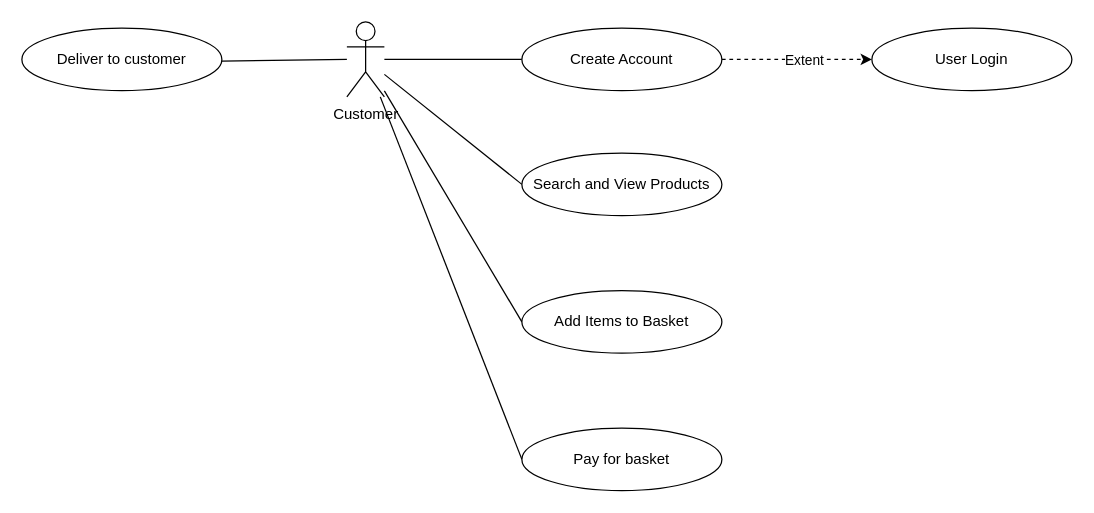
The draw.io diagram wiki/projects/the-funnny-hat-shop/01-solution-architecture/fig-3-use-case-view.drawio in paulAlexSerban/tpl--mern, before the edit. Source tidied: cells renumbered, new cells numbered last; positions are measured from the earlier drawing's top-left corner, leaving out a move shared by most shapes. Both pictures are drawn from the tidied source at 125%, with x=0, y=0 at pixel (21, 21).
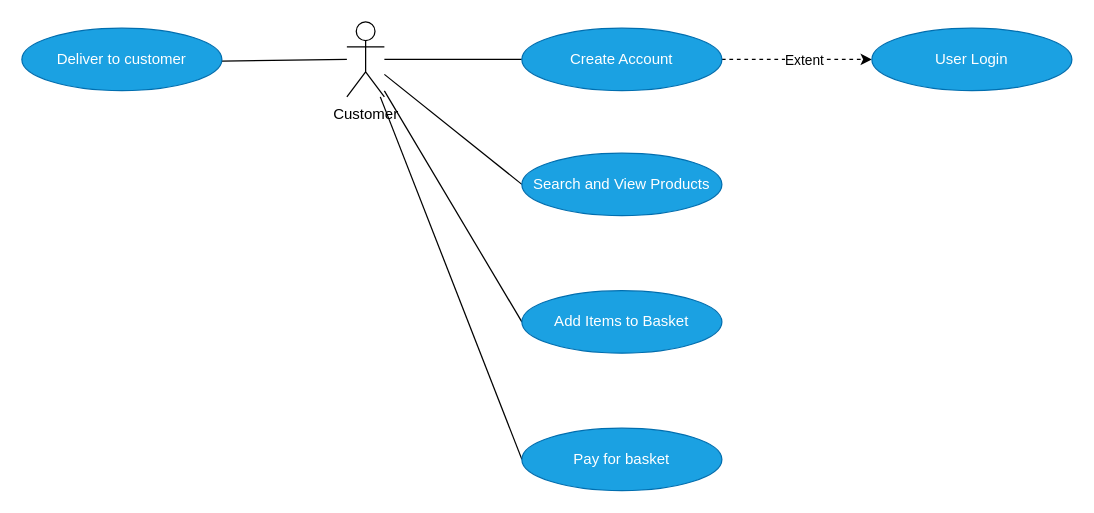
After the change.

Change to the diagram source:
```diff
@@
 <mxGraphModel>
   <root>
     <mxCell id="0" />
     <mxCell id="1" parent="0" />
     <mxCell id="2" style="edgeStyle=none;html=1;endArrow=none;endFill=0;" parent="1" edge="1" source="3" target="8">
       <mxGeometry relative="1" as="geometry" />
     </mxCell>
-    <mxCell id="3" value="Deliver to customer" style="ellipse;whiteSpace=wrap;html=1;" parent="1" vertex="1">
+    <mxCell id="3" value="Deliver to customer" style="ellipse;whiteSpace=wrap;html=1;fillColor=#1ba1e2;fontColor=#ffffff;strokeColor=#006EAF;" parent="1" vertex="1">
       <mxGeometry y="5" width="160" height="50" as="geometry" />
     </mxCell>
     <mxCell id="4" style="edgeStyle=none;html=1;entryX=0;entryY=0.5;entryDx=0;entryDy=0;endArrow=none;endFill=0;" parent="1" edge="1" source="8" target="11">
       <mxGeometry relative="1" as="geometry" />
     </mxCell>
     <mxCell id="5" style="edgeStyle=none;html=1;entryX=0;entryY=0.5;entryDx=0;entryDy=0;endArrow=none;endFill=0;" parent="1" edge="1" source="8" target="12">
       <mxGeometry relative="1" as="geometry" />
     </mxCell>
     <mxCell id="6" style="edgeStyle=none;html=1;entryX=0;entryY=0.5;entryDx=0;entryDy=0;endArrow=none;endFill=0;" parent="1" edge="1" source="8" target="13">
       <mxGeometry relative="1" as="geometry" />
     </mxCell>
     <mxCell id="7" style="edgeStyle=none;html=1;entryX=0;entryY=0.5;entryDx=0;entryDy=0;endArrow=none;endFill=0;" parent="1" edge="1" source="8" target="14">
       <mxGeometry relative="1" as="geometry" />
     </mxCell>
     <mxCell id="8" value="Customer" style="shape=umlActor;verticalLabelPosition=bottom;verticalAlign=top;html=1;outlineConnect=0;" parent="1" vertex="1">
       <mxGeometry x="260" width="30" height="60" as="geometry" />
     </mxCell>
     <mxCell id="9" style="edgeStyle=none;html=1;entryX=0;entryY=0.5;entryDx=0;entryDy=0;endArrow=classic;endFill=1;dashed=1;" parent="1" edge="1" source="11" target="15">
       <mxGeometry relative="1" as="geometry" />
     </mxCell>
     <mxCell id="10" value="Extent" style="edgeLabel;html=1;align=center;verticalAlign=middle;" parent="9" vertex="1">
       <mxGeometry x="0.08" relative="1" as="geometry" />
     </mxCell>
-    <mxCell id="11" value="Create Account" style="ellipse;whiteSpace=wrap;html=1;" parent="1" vertex="1">
+    <mxCell id="11" value="Create Account" style="ellipse;whiteSpace=wrap;html=1;fillColor=#1ba1e2;fontColor=#ffffff;strokeColor=#006EAF;" parent="1" vertex="1">
       <mxGeometry x="400" y="5" width="160" height="50" as="geometry" />
     </mxCell>
-    <mxCell id="12" value="Search and View Products" style="ellipse;whiteSpace=wrap;html=1;" parent="1" vertex="1">
+    <mxCell id="12" value="Search and View Products" style="ellipse;whiteSpace=wrap;html=1;fillColor=#1ba1e2;fontColor=#ffffff;strokeColor=#006EAF;" parent="1" vertex="1">
       <mxGeometry x="400" y="105" width="160" height="50" as="geometry" />
     </mxCell>
-    <mxCell id="13" value="Add Items to Basket" style="ellipse;whiteSpace=wrap;html=1;" parent="1" vertex="1">
+    <mxCell id="13" value="Add Items to Basket" style="ellipse;whiteSpace=wrap;html=1;fillColor=#1ba1e2;fontColor=#ffffff;strokeColor=#006EAF;" parent="1" vertex="1">
       <mxGeometry x="400" y="215" width="160" height="50" as="geometry" />
     </mxCell>
-    <mxCell id="14" value="Pay for basket" style="ellipse;whiteSpace=wrap;html=1;" parent="1" vertex="1">
+    <mxCell id="14" value="Pay for basket" style="ellipse;whiteSpace=wrap;html=1;fillColor=#1ba1e2;fontColor=#ffffff;strokeColor=#006EAF;" parent="1" vertex="1">
       <mxGeometry x="400" y="325" width="160" height="50" as="geometry" />
     </mxCell>
-    <mxCell id="15" value="User Login" style="ellipse;whiteSpace=wrap;html=1;" parent="1" vertex="1">
+    <mxCell id="15" value="User Login" style="ellipse;whiteSpace=wrap;html=1;fillColor=#1ba1e2;fontColor=#ffffff;strokeColor=#006EAF;" parent="1" vertex="1">
       <mxGeometry x="680" y="5" width="160" height="50" as="geometry" />
     </mxCell>
   </root>
 </mxGraphModel>
```
